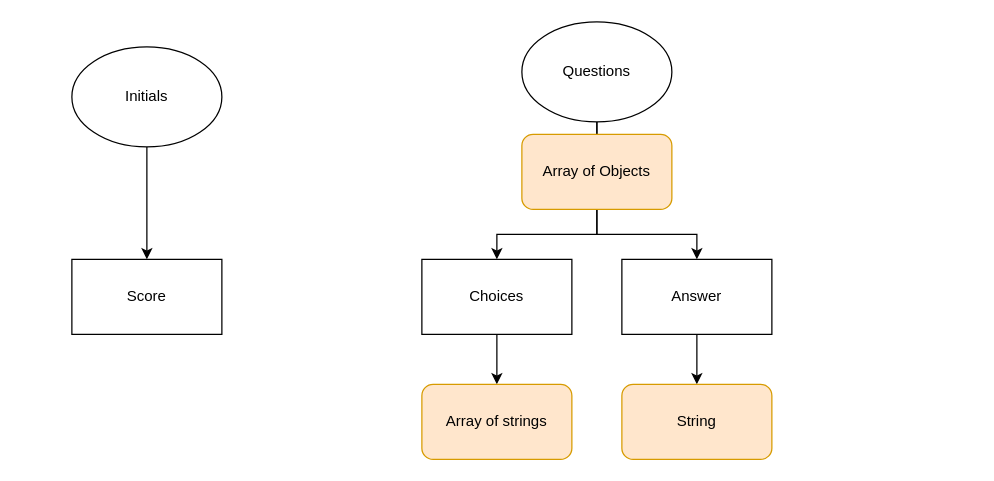
This is page "Mongo DB Relations" (3 of 3) of React-Quiz-Diagram.drawio from Joeseff6/React-Quiz, a draw.io file, before an edit. Source tidied: cells renumbered, new cells numbered last; positions are measured from the earlier drawing's top-left corner, leaving out a move shared by most shapes. Both pictures are drawn from the tidied source at 125%, with x=0, y=0 at pixel (71, 21).
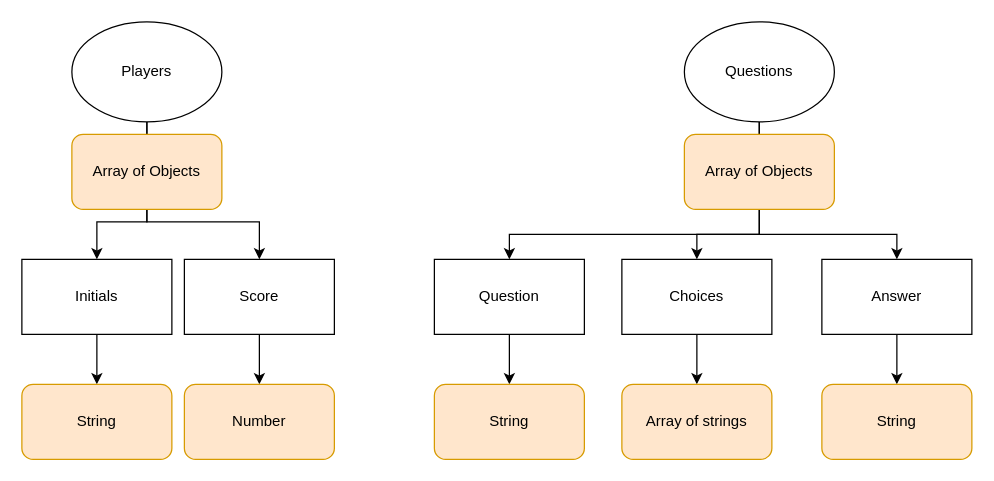
The same page after the edit.

What changed in the source:
```diff
@@
     <mxCell id="2" style="edgeStyle=orthogonalEdgeStyle;rounded=0;jettySize=auto;html=1;" parent="1" edge="1" source="3" target="4">
-      <mxGeometry relative="1" as="geometry" />
+      <mxGeometry relative="1" as="geometry">
+        <Array as="points">
+          <mxPoint x="60" y="160" />
+          <mxPoint x="20" y="160" />
+        </Array>
+      </mxGeometry>
     </mxCell>
+    <mxCell id="15" style="edgeStyle=orthogonalEdgeStyle;rounded=0;jettySize=auto;html=1;exitX=0.5;exitY=1;exitDx=0;exitDy=0;" parent="1" edge="1" source="3" target="20">
+      <mxGeometry relative="1" as="geometry">
+        <Array as="points">
+          <mxPoint x="60" y="160" />
+          <mxPoint x="150" y="160" />
+        </Array>
+      </mxGeometry>
+    </mxCell>
-    <mxCell id="3" value="Initials" style="ellipse;whiteSpace=wrap;html=1;" parent="1" vertex="1">
-      <mxGeometry y="20" width="120" height="80" as="geometry" />
+    <mxCell id="3" value="Players" style="ellipse;whiteSpace=wrap;html=1;" parent="1" vertex="1">
+      <mxGeometry width="120" height="80" as="geometry" />
     </mxCell>
+    <mxCell id="16" style="edgeStyle=orthogonalEdgeStyle;rounded=0;jettySize=auto;html=1;" parent="1" edge="1" source="4" target="21">
+      <mxGeometry relative="1" as="geometry" />
+    </mxCell>
-    <mxCell id="4" value="Score" style="whiteSpace=wrap;html=1;" parent="1" vertex="1">
-      <mxGeometry y="190" width="120" height="60" as="geometry" />
+    <mxCell id="4" value="Initials" style="whiteSpace=wrap;html=1;" parent="1" vertex="1">
+      <mxGeometry x="-40" y="190" width="120" height="60" as="geometry" />
     </mxCell>
     <mxCell id="5" style="edgeStyle=orthogonalEdgeStyle;rounded=0;jettySize=auto;html=1;" parent="1" edge="1" source="7" target="9">
       <mxGeometry relative="1" as="geometry">
         <Array as="points">
-          <mxPoint x="420" y="170" />
-          <mxPoint x="340" y="170" />
+          <mxPoint x="550" y="170" />
+          <mxPoint x="500" y="170" />
         </Array>
       </mxGeometry>
     </mxCell>
-    <mxCell id="6" style="edgeStyle=orthogonalEdgeStyle;rounded=0;jettySize=auto;html=1;" parent="1" edge="1" source="7" target="11">
+    <mxCell id="6" style="edgeStyle=orthogonalEdgeStyle;rounded=0;jettySize=auto;html=1;exitX=0.5;exitY=1;exitDx=0;exitDy=0;" parent="1" edge="1" source="7" target="11">
       <mxGeometry relative="1" as="geometry">
         <Array as="points">
-          <mxPoint x="420" y="170" />
-          <mxPoint x="500" y="170" />
+          <mxPoint x="550" y="170" />
+          <mxPoint x="660" y="170" />
         </Array>
       </mxGeometry>
     </mxCell>
+    <mxCell id="17" style="edgeStyle=orthogonalEdgeStyle;rounded=0;jettySize=auto;html=1;exitX=0.5;exitY=1;exitDx=0;exitDy=0;" parent="1" edge="1" source="7" target="24">
+      <mxGeometry relative="1" as="geometry">
+        <Array as="points">
+          <mxPoint x="550" y="170" />
+          <mxPoint x="350" y="170" />
+        </Array>
+      </mxGeometry>
+    </mxCell>
     <mxCell id="7" value="Questions" style="ellipse;whiteSpace=wrap;html=1;" parent="1" vertex="1">
-      <mxGeometry x="360" width="120" height="80" as="geometry" />
+      <mxGeometry x="490" width="120" height="80" as="geometry" />
     </mxCell>
@@
     <mxCell id="9" value="Choices" style="whiteSpace=wrap;html=1;" parent="1" vertex="1">
-      <mxGeometry x="280" y="190" width="120" height="60" as="geometry" />
+      <mxGeometry x="440" y="190" width="120" height="60" as="geometry" />
     </mxCell>
@@
     <mxCell id="11" value="Answer" style="whiteSpace=wrap;html=1;" parent="1" vertex="1">
-      <mxGeometry x="440" y="190" width="120" height="60" as="geometry" />
+      <mxGeometry x="600" y="190" width="120" height="60" as="geometry" />
     </mxCell>
     <mxCell id="12" value="Array of strings" style="rounded=1;whiteSpace=wrap;html=1;fillColor=#ffe6cc;strokeColor=#d79b00;" parent="1" vertex="1">
-      <mxGeometry x="280" y="290" width="120" height="60" as="geometry" />
+      <mxGeometry x="440" y="290" width="120" height="60" as="geometry" />
     </mxCell>
     <mxCell id="13" value="String" style="rounded=1;whiteSpace=wrap;html=1;fillColor=#ffe6cc;strokeColor=#d79b00;" parent="1" vertex="1">
-      <mxGeometry x="440" y="290" width="120" height="60" as="geometry" />
+      <mxGeometry x="600" y="290" width="120" height="60" as="geometry" />
     </mxCell>
     <mxCell id="14" value="Array of Objects" style="rounded=1;whiteSpace=wrap;html=1;fillColor=#ffe6cc;strokeColor=#d79b00;" parent="1" vertex="1">
-      <mxGeometry x="360" y="90" width="120" height="60" as="geometry" />
+      <mxGeometry x="490" y="90" width="120" height="60" as="geometry" />
     </mxCell>
+    <mxCell id="18" value="Array of Objects" style="rounded=1;whiteSpace=wrap;html=1;fillColor=#ffe6cc;strokeColor=#d79b00;" parent="1" vertex="1">
+      <mxGeometry y="90" width="120" height="60" as="geometry" />
+    </mxCell>
+    <mxCell id="19" style="edgeStyle=orthogonalEdgeStyle;rounded=0;jettySize=auto;html=1;" parent="1" edge="1" source="20" target="22">
+      <mxGeometry relative="1" as="geometry" />
+    </mxCell>
+    <mxCell id="20" value="Score" style="whiteSpace=wrap;html=1;" parent="1" vertex="1">
+      <mxGeometry x="90" y="190" width="120" height="60" as="geometry" />
+    </mxCell>
+    <mxCell id="21" value="String" style="rounded=1;whiteSpace=wrap;html=1;fillColor=#ffe6cc;strokeColor=#d79b00;" parent="1" vertex="1">
+      <mxGeometry x="-40" y="290" width="120" height="60" as="geometry" />
+    </mxCell>
+    <mxCell id="22" value="Number" style="rounded=1;whiteSpace=wrap;html=1;fillColor=#ffe6cc;strokeColor=#d79b00;" parent="1" vertex="1">
+      <mxGeometry x="90" y="290" width="120" height="60" as="geometry" />
+    </mxCell>
+    <mxCell id="23" style="edgeStyle=orthogonalEdgeStyle;rounded=0;jettySize=auto;html=1;" parent="1" edge="1" source="24" target="25">
+      <mxGeometry relative="1" as="geometry" />
+    </mxCell>
+    <mxCell id="24" value="Question" style="whiteSpace=wrap;html=1;" parent="1" vertex="1">
+      <mxGeometry x="290" y="190" width="120" height="60" as="geometry" />
+    </mxCell>
+    <mxCell id="25" value="String" style="rounded=1;whiteSpace=wrap;html=1;fillColor=#ffe6cc;strokeColor=#d79b00;" parent="1" vertex="1">
+      <mxGeometry x="290" y="290" width="120" height="60" as="geometry" />
+    </mxCell>
```
